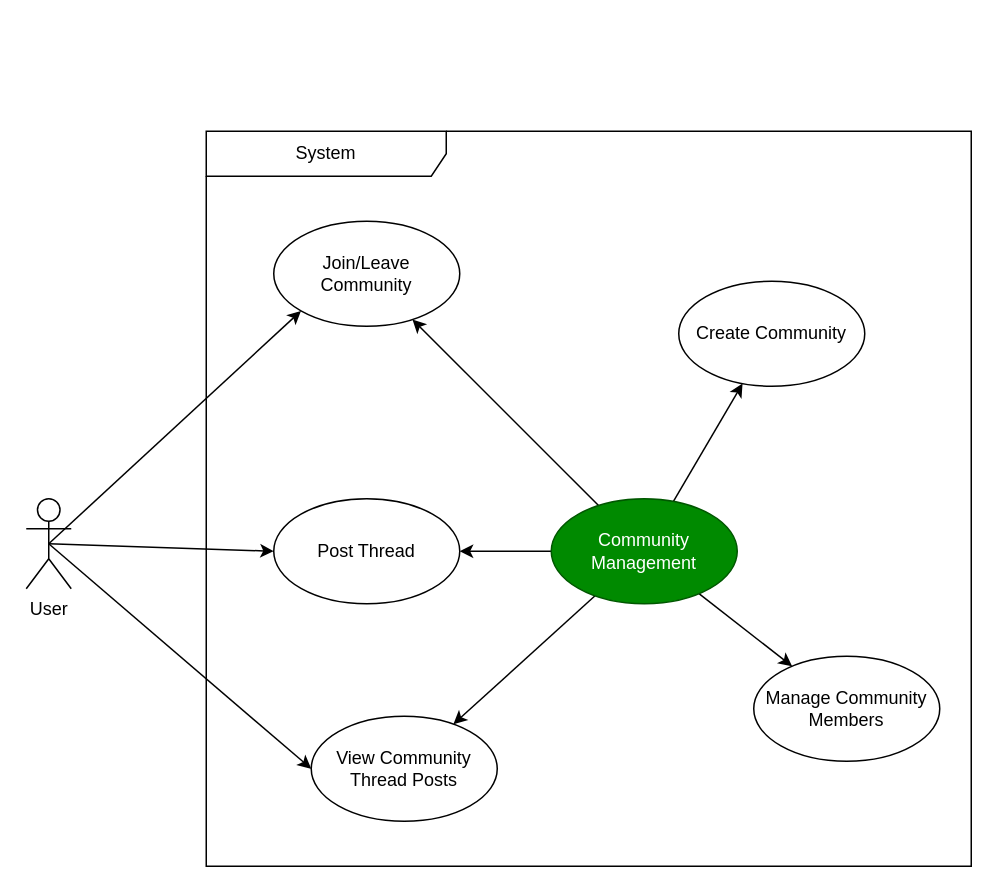
Earlier version of the draw.io diagram page "Figure1.4" (5 of 7) of diagrams/stream_usecase.drawio (christiangarcia0311/snsu-community-forum-app). Source tidied: cells renumbered, new cells numbered last; positions are measured from the earlier drawing's top-left corner, leaving out a move shared by most shapes. Both pictures are drawn from the tidied source at 150%, with x=0, y=0 at pixel (26, 130).
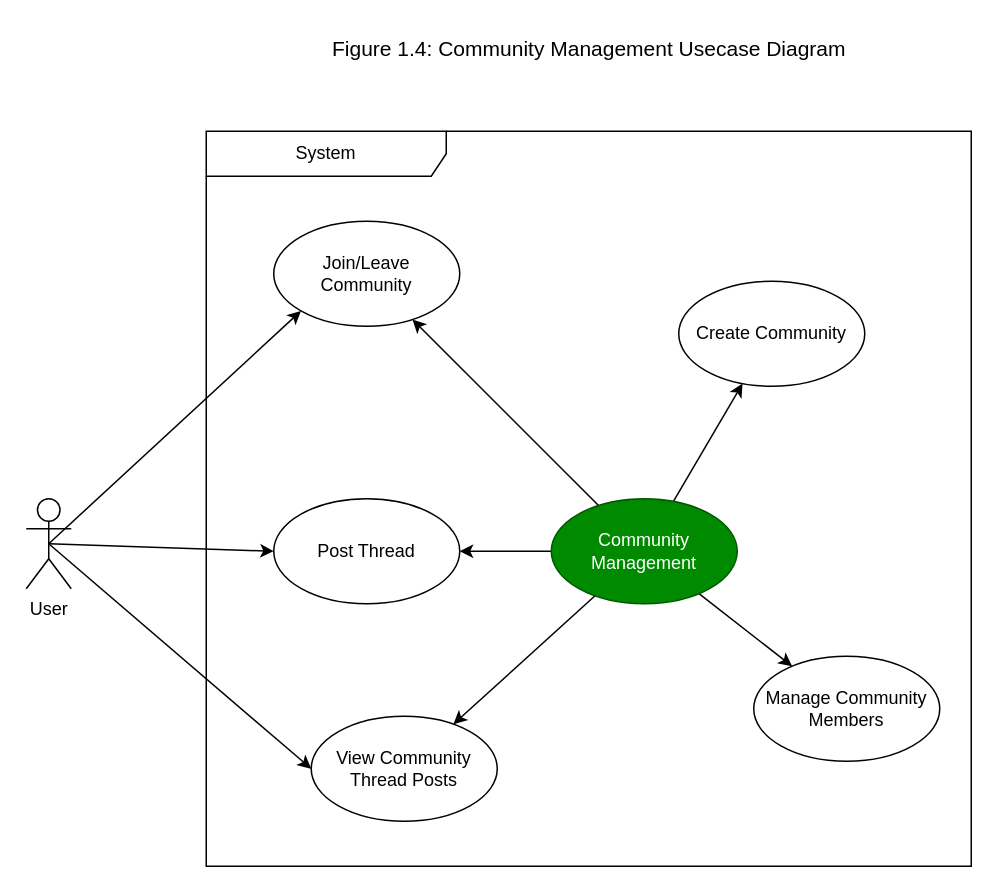
The same page after the edit.

Commit message (it also covers changes not shown here):
version 0.0.1: adding partial usecase and sequence diagram

What changed in the source:
```diff
@@
 <mxGraphModel>
   <root>
     <mxCell id="0" />
     <mxCell id="1" parent="0" />
     <mxCell id="2" value="System" style="shape=umlFrame;whiteSpace=wrap;html=1;width=160;" parent="1" vertex="1">
       <mxGeometry x="120" width="510" height="490" as="geometry" />
     </mxCell>
     <mxCell id="3" style="rounded=0;jettySize=auto;html=1;" parent="2" edge="1" source="8" target="9">
       <mxGeometry relative="1" as="geometry" />
     </mxCell>
     <mxCell id="4" style="rounded=0;jettySize=auto;html=1;" parent="2" edge="1" source="8" target="10">
       <mxGeometry relative="1" as="geometry" />
     </mxCell>
     <mxCell id="5" style="rounded=0;jettySize=auto;html=1;" parent="2" edge="1" source="8" target="11">
       <mxGeometry relative="1" as="geometry" />
     </mxCell>
     <mxCell id="6" style="rounded=0;jettySize=auto;html=1;" parent="2" edge="1" source="8" target="13">
       <mxGeometry relative="1" as="geometry" />
     </mxCell>
     <mxCell id="7" style="rounded=0;jettySize=auto;html=1;" parent="2" edge="1" source="8" target="12">
       <mxGeometry relative="1" as="geometry" />
     </mxCell>
     <mxCell id="8" value="&lt;font style=&quot;color: rgb(255, 255, 255);&quot;&gt;Community Management&lt;/font&gt;" style="ellipse;html=1;whiteSpace=wrap;fillColor=#008a00;fontColor=#ffffff;strokeColor=#005700;" parent="2" vertex="1">
       <mxGeometry x="230" y="245" width="124" height="70" as="geometry" />
     </mxCell>
     <mxCell id="9" value="Create Community" style="ellipse;html=1;whiteSpace=wrap;" parent="2" vertex="1">
       <mxGeometry x="315" y="100" width="124" height="70" as="geometry" />
     </mxCell>
     <mxCell id="10" value="Manage Community Members" style="ellipse;html=1;whiteSpace=wrap;" parent="2" vertex="1">
       <mxGeometry x="365" y="350" width="124" height="70" as="geometry" />
     </mxCell>
     <mxCell id="11" value="Join/Leave Community" style="ellipse;html=1;whiteSpace=wrap;" parent="2" vertex="1">
       <mxGeometry x="45" y="60" width="124" height="70" as="geometry" />
     </mxCell>
     <mxCell id="12" value="View Community Thread Posts" style="ellipse;html=1;whiteSpace=wrap;" parent="2" vertex="1">
       <mxGeometry x="70" y="390" width="124" height="70" as="geometry" />
     </mxCell>
     <mxCell id="13" value="Post Thread" style="ellipse;html=1;whiteSpace=wrap;" parent="2" vertex="1">
       <mxGeometry x="45" y="245" width="124" height="70" as="geometry" />
     </mxCell>
     <mxCell id="14" style="rounded=0;jettySize=auto;html=1;exitX=0.5;exitY=0.5;exitDx=0;exitDy=0;exitPerimeter=0;entryX=0;entryY=0.5;entryDx=0;entryDy=0;" parent="1" edge="1" source="17" target="13">
       <mxGeometry relative="1" as="geometry" />
     </mxCell>
     <mxCell id="15" style="rounded=0;jettySize=auto;html=1;exitX=0.5;exitY=0.5;exitDx=0;exitDy=0;exitPerimeter=0;entryX=0;entryY=1;entryDx=0;entryDy=0;" parent="1" edge="1" source="17" target="11">
       <mxGeometry relative="1" as="geometry" />
     </mxCell>
     <mxCell id="16" style="rounded=0;jettySize=auto;html=1;exitX=0.5;exitY=0.5;exitDx=0;exitDy=0;exitPerimeter=0;entryX=0;entryY=0.5;entryDx=0;entryDy=0;" parent="1" edge="1" source="17" target="12">
       <mxGeometry relative="1" as="geometry" />
     </mxCell>
     <mxCell id="17" value="User" style="shape=umlActor;verticalLabelPosition=bottom;verticalAlign=top;html=1;" parent="1" vertex="1">
       <mxGeometry y="245" width="30" height="60" as="geometry" />
     </mxCell>
+    <mxCell id="18" value="&lt;font style=&quot;font-size: 14px;&quot;&gt;Figure 1.4: Community Management Usecase Diagram&lt;/font&gt;" style="text;html=1;whiteSpace=wrap;strokeColor=none;fillColor=none;align=center;verticalAlign=middle;rounded=0;" parent="1" vertex="1">
+      <mxGeometry x="195" y="-70" width="361" height="30" as="geometry" />
+    </mxCell>
   </root>
 </mxGraphModel>
```
